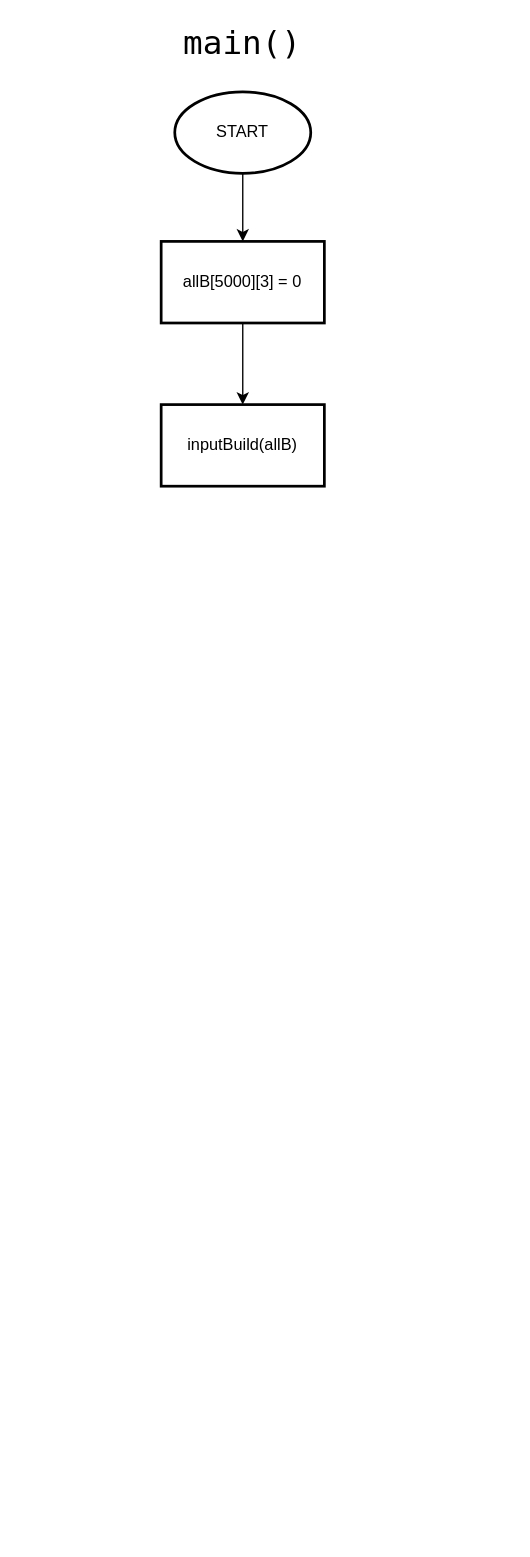
The draw.io diagram page "main()" (1 of 3) of Skyline.drawio in Rexrder/skyline, before the edit. Source tidied: cells renumbered, new cells numbered last; positions are measured from the earlier drawing's top-left corner, leaving out a move shared by most shapes. Both pictures are drawn from the tidied source at 136%, with x=0, y=0 at pixel (160, 23).
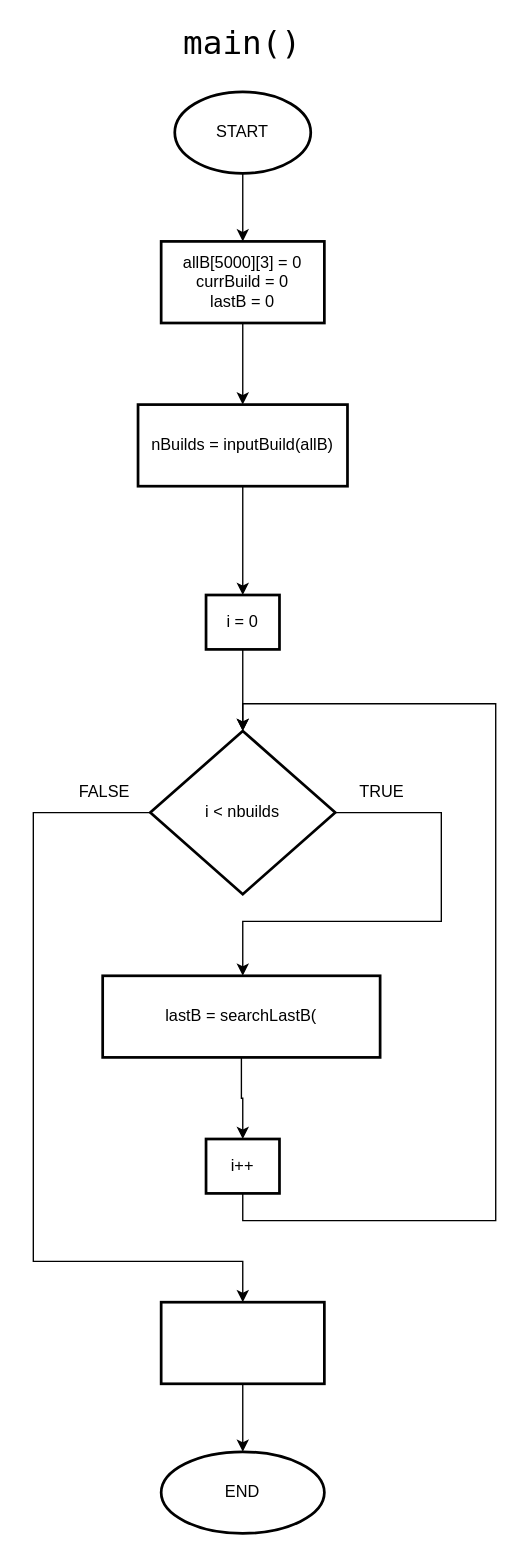
Above is the later version.

The edit, as a diff of the source:
```diff
@@
-    <mxCell id="5" value="allB[5000][3] = 0" style="whiteSpace=wrap;html=1;strokeWidth=2;" parent="1" vertex="1">
+    <mxCell id="5" value="allB[5000][3] = 0&lt;br&gt;currBuild = 0&lt;br&gt;lastB = 0" style="whiteSpace=wrap;html=1;strokeWidth=2;" parent="1" vertex="1">
       <mxGeometry y="160" width="120" height="60" as="geometry" />
     </mxCell>
+    <mxCell id="8" style="edgeStyle=orthogonalEdgeStyle;rounded=0;jettySize=auto;html=1;" parent="1" edge="1" source="6" target="10">
+      <mxGeometry relative="1" as="geometry" />
+    </mxCell>
-    <mxCell id="6" value="inputBuild(allB)" style="whiteSpace=wrap;html=1;strokeWidth=2;" parent="1" vertex="1">
-      <mxGeometry y="280" width="120" height="60" as="geometry" />
+    <mxCell id="6" value="nBuilds = inputBuild(allB)" style="whiteSpace=wrap;html=1;strokeWidth=2;" parent="1" vertex="1">
+      <mxGeometry x="-17" y="280" width="154" height="60" as="geometry" />
     </mxCell>
@@
+    <mxCell id="9" style="edgeStyle=orthogonalEdgeStyle;rounded=0;jettySize=auto;html=1;" parent="1" edge="1" source="10" target="13">
+      <mxGeometry relative="1" as="geometry" />
+    </mxCell>
+    <mxCell id="10" value="i = 0" style="whiteSpace=wrap;html=1;strokeWidth=2;" parent="1" vertex="1">
+      <mxGeometry x="33" y="420" width="54" height="40" as="geometry" />
+    </mxCell>
+    <mxCell id="11" style="edgeStyle=orthogonalEdgeStyle;rounded=0;jettySize=auto;html=1;" parent="1" edge="1" source="13" target="15">
+      <mxGeometry relative="1" as="geometry">
+        <Array as="points">
+          <mxPoint x="206" y="580" />
+          <mxPoint x="206" y="660" />
+          <mxPoint x="60" y="660" />
+        </Array>
+      </mxGeometry>
+    </mxCell>
+    <mxCell id="12" style="edgeStyle=orthogonalEdgeStyle;rounded=0;jettySize=auto;html=1;entryX=0.5;entryY=0;entryDx=0;entryDy=0;" parent="1" edge="1" source="13" target="21">
+      <mxGeometry relative="1" as="geometry">
+        <Array as="points">
+          <mxPoint x="-94" y="580" />
+          <mxPoint x="-94" y="910" />
+          <mxPoint x="60" y="910" />
+        </Array>
+      </mxGeometry>
+    </mxCell>
+    <mxCell id="13" value="i &amp;lt; nbuilds" style="rhombus;whiteSpace=wrap;html=1;strokeWidth=2;" parent="1" vertex="1">
+      <mxGeometry x="-8" y="520" width="136" height="120" as="geometry" />
+    </mxCell>
+    <mxCell id="14" style="edgeStyle=orthogonalEdgeStyle;rounded=0;jettySize=auto;html=1;entryX=0.5;entryY=0;entryDx=0;entryDy=0;" parent="1" edge="1" source="15" target="19">
+      <mxGeometry relative="1" as="geometry" />
+    </mxCell>
+    <mxCell id="15" value="lastB = searchLastB(" style="whiteSpace=wrap;html=1;strokeWidth=2;" parent="1" vertex="1">
+      <mxGeometry x="-43" y="700" width="204" height="60" as="geometry" />
+    </mxCell>
+    <mxCell id="16" value="TRUE" style="text;html=1;align=center;verticalAlign=middle;fillColor=none;strokeColor=none;rounded=0;" parent="1" vertex="1">
+      <mxGeometry x="137" y="555" width="50" height="20" as="geometry" />
+    </mxCell>
+    <mxCell id="17" value="FALSE" style="text;html=1;align=center;verticalAlign=middle;fillColor=none;strokeColor=none;rounded=0;" parent="1" vertex="1">
+      <mxGeometry x="-67" y="555" width="50" height="20" as="geometry" />
+    </mxCell>
+    <mxCell id="18" style="edgeStyle=orthogonalEdgeStyle;rounded=0;jettySize=auto;html=1;exitX=0.5;exitY=1;exitDx=0;exitDy=0;entryX=0.5;entryY=0;entryDx=0;entryDy=0;" parent="1" edge="1" source="19" target="13">
+      <mxGeometry relative="1" as="geometry">
+        <Array as="points">
+          <mxPoint x="60" y="880" />
+          <mxPoint x="246" y="880" />
+          <mxPoint x="246" y="500" />
+          <mxPoint x="60" y="500" />
+        </Array>
+      </mxGeometry>
+    </mxCell>
+    <mxCell id="19" value="i++" style="whiteSpace=wrap;html=1;strokeWidth=2;" parent="1" vertex="1">
+      <mxGeometry x="33" y="820" width="54" height="40" as="geometry" />
+    </mxCell>
+    <mxCell id="20" style="edgeStyle=orthogonalEdgeStyle;rounded=0;jettySize=auto;html=1;entryX=0.5;entryY=0;entryDx=0;entryDy=0;" parent="1" edge="1" source="21" target="22">
+      <mxGeometry relative="1" as="geometry" />
+    </mxCell>
+    <mxCell id="21" style="rounded=0;whiteSpace=wrap;html=1;strokeWidth=2;" parent="1" vertex="1">
+      <mxGeometry y="940" width="120" height="60" as="geometry" />
+    </mxCell>
+    <mxCell id="22" value="END" style="ellipse;whiteSpace=wrap;html=1;strokeWidth=2;" parent="1" vertex="1">
+      <mxGeometry y="1050" width="120" height="60" as="geometry" />
+    </mxCell>
```
